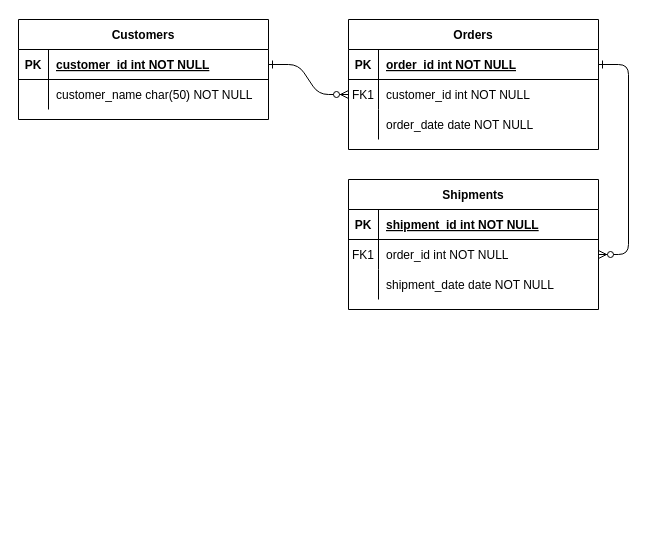
Earlier version of the draw.io diagram Untitled Diagram.drawio (KassandraSaint/db-capstone-project). Source tidied: cells renumbered, new cells numbered last; positions are measured from the earlier drawing's top-left corner, leaving out a move shared by most shapes. Both pictures are drawn from the tidied source at 100%, with x=0, y=0 at pixel (18, 19).
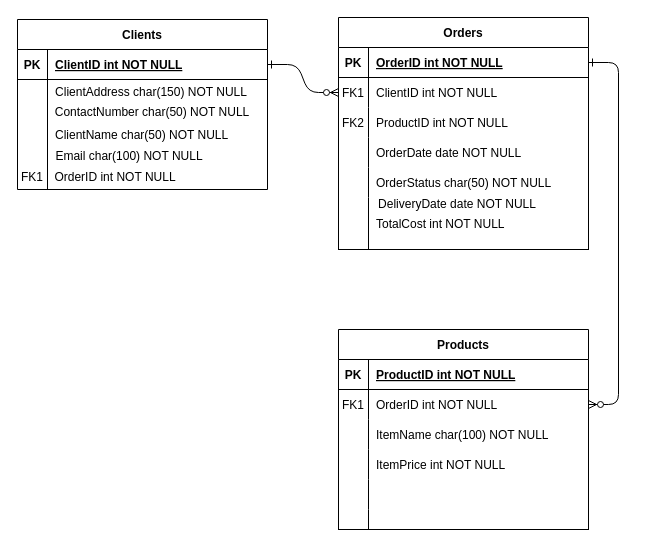
The same page after the edit.

The change refers to these unchanged cells:
```xml
<mxCell id="5" style="shape=partialRectangle;fillColor=none;points=[[0,0.5],[1,0.5]];portConstraint=eastwest;top=0;left=0;right=0;bottom=1;" parent="4" vertex="1">
  <mxGeometry y="30" width="250" height="30" as="geometry" />
</mxCell>
<mxCell id="8" style="shape=partialRectangle;fillColor=none;points=[[0,0.5],[1,0.5]];portConstraint=eastwest;top=0;left=0;right=0;bottom=0;" parent="4" vertex="1">
  <mxGeometry y="60" width="250" height="30" as="geometry" />
</mxCell>
<mxCell id="11" style="shape=partialRectangle;fillColor=none;top=0;left=0;right=0;bottom=0;" parent="4" vertex="1">
  <mxGeometry y="90" width="250" height="30" as="geometry" />
</mxCell>
<mxCell id="15" style="shape=partialRectangle;fillColor=none;top=0;left=0;right=0;bottom=1;" parent="14" vertex="1">
  <mxGeometry y="30" width="250" height="30" as="geometry" />
</mxCell>
<mxCell id="18" style="shape=partialRectangle;fillColor=none;points=[[0,0.5],[1,0.5]];portConstraint=eastwest;top=0;left=0;right=0;bottom=0;" parent="14" vertex="1">
  <mxGeometry y="60" width="250" height="30" as="geometry" />
</mxCell>
<mxCell id="21" style="shape=partialRectangle;fillColor=none;top=0;left=0;right=0;bottom=0;" parent="14" vertex="1">
  <mxGeometry y="90" width="250" height="30" as="geometry" />
</mxCell>
<mxCell id="25" style="shape=partialRectangle;fillColor=none;points=[[0,0.5],[1,0.5]];portConstraint=eastwest;top=0;left=0;right=0;bottom=1;" parent="24" vertex="1">
  <mxGeometry y="30" width="250" height="30" as="geometry" />
</mxCell>
```

What changed in the source:
```diff
@@
     <mxCell id="4" value="Orders" style="shape=table;startSize=30;childLayout=tableLayout;rowLines=0;fontStyle=1;align=center;" parent="1" vertex="1">
-      <mxGeometry x="330" width="250" height="130" as="geometry" />
+      <mxGeometry x="320" y="-2" width="250" height="232" as="geometry" />
     </mxCell>
@@
-    <mxCell id="7" value="order_id int NOT NULL " style="shape=partialRectangle;overflow=hidden;fillColor=none;top=0;left=0;bottom=0;right=0;align=left;spacingLeft=6;fontStyle=5;" parent="5" vertex="1">
+    <mxCell id="7" value="OrderID int NOT NULL " style="shape=partialRectangle;overflow=hidden;fillColor=none;top=0;left=0;bottom=0;right=0;align=left;spacingLeft=6;fontStyle=5;" parent="5" vertex="1">
       <mxGeometry x="30" width="220" height="30" as="geometry" />
     </mxCell>
@@
-    <mxCell id="10" value="customer_id int NOT NULL" style="shape=partialRectangle;overflow=hidden;fillColor=none;top=0;left=0;bottom=0;right=0;align=left;spacingLeft=6;" parent="8" vertex="1">
+    <mxCell id="10" value="ClientID int NOT NULL" style="shape=partialRectangle;overflow=hidden;fillColor=none;top=0;left=0;bottom=0;right=0;align=left;spacingLeft=6;" parent="8" vertex="1">
       <mxGeometry x="30" width="220" height="30" as="geometry" />
     </mxCell>
@@
-    <mxCell id="12" style="shape=partialRectangle;overflow=hidden;fillColor=none;top=0;left=0;bottom=0;right=0;" parent="11" vertex="1">
+    <mxCell id="12" value="FK2" style="shape=partialRectangle;overflow=hidden;fillColor=none;top=0;left=0;bottom=0;right=0;" parent="11" vertex="1">
       <mxGeometry width="30" height="30" as="geometry" />
     </mxCell>
-    <mxCell id="13" value="order_date date NOT NULL" style="shape=partialRectangle;overflow=hidden;fillColor=none;top=0;left=0;bottom=0;right=0;align=left;spacingLeft=6;" parent="11" vertex="1">
+    <mxCell id="13" value="ProductID int NOT NULL" style="shape=partialRectangle;overflow=hidden;fillColor=none;top=0;left=0;bottom=0;right=0;align=left;spacingLeft=6;" parent="11" vertex="1">
       <mxGeometry x="30" width="220" height="30" as="geometry" />
     </mxCell>
+    <mxCell id="31" style="shape=partialRectangle;fillColor=none;top=0;left=0;right=0;bottom=0;" parent="4" vertex="1">
+      <mxGeometry y="120" width="250" height="30" as="geometry" />
+    </mxCell>
+    <mxCell id="32" style="shape=partialRectangle;overflow=hidden;fillColor=none;top=0;left=0;bottom=0;right=0;" parent="31" vertex="1">
+      <mxGeometry width="30" height="30" as="geometry" />
+    </mxCell>
+    <mxCell id="33" value="OrderDate date NOT NULL" style="shape=partialRectangle;overflow=hidden;fillColor=none;top=0;left=0;bottom=0;right=0;align=left;spacingLeft=6;" parent="31" vertex="1">
+      <mxGeometry x="30" width="220" height="30" as="geometry" />
+    </mxCell>
+    <mxCell id="34" style="shape=partialRectangle;fillColor=none;top=0;left=0;right=0;bottom=0;" parent="4" vertex="1">
+      <mxGeometry y="150" width="250" height="30" as="geometry" />
+    </mxCell>
+    <mxCell id="35" style="shape=partialRectangle;overflow=hidden;fillColor=none;top=0;left=0;bottom=0;right=0;" parent="34" vertex="1">
+      <mxGeometry width="30" height="30" as="geometry" />
+    </mxCell>
+    <mxCell id="36" value="OrderStatus char(50) NOT NULL" style="shape=partialRectangle;overflow=hidden;fillColor=none;top=0;left=0;bottom=0;right=0;align=left;spacingLeft=6;" parent="34" vertex="1">
+      <mxGeometry x="30" width="220" height="30" as="geometry" />
+    </mxCell>
+    <mxCell id="37" style="shape=partialRectangle;fillColor=none;top=0;left=0;right=0;bottom=1;" parent="4" vertex="1">
+      <mxGeometry y="180" width="250" height="52" as="geometry" />
+    </mxCell>
+    <mxCell id="38" style="shape=partialRectangle;overflow=hidden;fillColor=none;top=0;left=0;bottom=0;right=0;fontStyle=1;" parent="37" vertex="1">
+      <mxGeometry width="30" height="52" as="geometry" />
+    </mxCell>
+    <mxCell id="39" value="TotalCost int NOT NULL" style="shape=partialRectangle;overflow=hidden;fillColor=none;top=0;left=0;bottom=0;right=0;align=left;spacingLeft=6;fontStyle=0;" parent="37" vertex="1">
+      <mxGeometry x="30" width="220" height="52" as="geometry" />
+    </mxCell>
-    <mxCell id="14" value="Shipments" style="shape=table;startSize=30;childLayout=tableLayout;rowLines=0;fontStyle=1;align=center;" parent="1" vertex="1">
-      <mxGeometry x="330" y="160" width="250" height="130" as="geometry" />
+    <mxCell id="14" value="Products" style="shape=table;startSize=30;childLayout=tableLayout;rowLines=0;fontStyle=1;align=center;" parent="1" vertex="1">
+      <mxGeometry x="320" y="310" width="250" height="200" as="geometry" />
     </mxCell>
@@
-    <mxCell id="17" value="shipment_id int NOT NULL " style="shape=partialRectangle;overflow=hidden;fillColor=none;top=0;left=0;bottom=0;right=0;align=left;spacingLeft=6;fontStyle=5;" parent="15" vertex="1">
+    <mxCell id="17" value="ProductID int NOT NULL " style="shape=partialRectangle;overflow=hidden;fillColor=none;top=0;left=0;bottom=0;right=0;align=left;spacingLeft=6;fontStyle=5;" parent="15" vertex="1">
       <mxGeometry x="30" width="220" height="30" as="geometry" />
     </mxCell>
@@
-    <mxCell id="20" value="order_id int NOT NULL" style="shape=partialRectangle;overflow=hidden;fillColor=none;top=0;left=0;bottom=0;right=0;align=left;spacingLeft=6;" parent="18" vertex="1">
+    <mxCell id="20" value="OrderID int NOT NULL" style="shape=partialRectangle;overflow=hidden;fillColor=none;top=0;left=0;bottom=0;right=0;align=left;spacingLeft=6;" parent="18" vertex="1">
       <mxGeometry x="30" width="220" height="30" as="geometry" />
     </mxCell>
@@
-    <mxCell id="23" value="shipment_date date NOT NULL" style="shape=partialRectangle;overflow=hidden;fillColor=none;top=0;left=0;bottom=0;right=0;align=left;spacingLeft=6;" parent="21" vertex="1">
+    <mxCell id="23" value="ItemName char(100) NOT NULL" style="shape=partialRectangle;overflow=hidden;fillColor=none;top=0;left=0;bottom=0;right=0;align=left;spacingLeft=6;" parent="21" vertex="1">
       <mxGeometry x="30" width="220" height="30" as="geometry" />
     </mxCell>
+    <mxCell id="40" style="shape=partialRectangle;fillColor=none;top=0;left=0;right=0;bottom=0;" parent="14" vertex="1">
+      <mxGeometry y="120" width="250" height="30" as="geometry" />
+    </mxCell>
+    <mxCell id="41" style="shape=partialRectangle;overflow=hidden;fillColor=none;top=0;left=0;bottom=0;right=0;" parent="40" vertex="1">
+      <mxGeometry width="30" height="30" as="geometry" />
+    </mxCell>
+    <mxCell id="42" value="ItemPrice int NOT NULL" style="shape=partialRectangle;overflow=hidden;fillColor=none;top=0;left=0;bottom=0;right=0;align=left;spacingLeft=6;" parent="40" vertex="1">
+      <mxGeometry x="30" width="220" height="30" as="geometry" />
+    </mxCell>
+    <mxCell id="43" style="shape=partialRectangle;fillColor=none;top=0;left=0;right=0;bottom=0;" parent="14" vertex="1">
+      <mxGeometry y="150" width="250" height="30" as="geometry" />
+    </mxCell>
+    <mxCell id="44" style="shape=partialRectangle;overflow=hidden;fillColor=none;top=0;left=0;bottom=0;right=0;" parent="43" vertex="1">
+      <mxGeometry width="30" height="30" as="geometry" />
+    </mxCell>
+    <mxCell id="45" style="shape=partialRectangle;overflow=hidden;fillColor=none;top=0;left=0;bottom=0;right=0;align=left;spacingLeft=6;" parent="43" vertex="1">
+      <mxGeometry x="30" width="220" height="30" as="geometry" />
+    </mxCell>
+    <mxCell id="46" style="shape=partialRectangle;fillColor=none;top=0;left=0;right=0;bottom=1;" parent="14" vertex="1">
+      <mxGeometry y="180" width="250" height="20" as="geometry" />
+    </mxCell>
+    <mxCell id="47" style="shape=partialRectangle;overflow=hidden;fillColor=none;top=0;left=0;bottom=0;right=0;fontStyle=1;" parent="46" vertex="1">
+      <mxGeometry width="30" height="20" as="geometry" />
+    </mxCell>
+    <mxCell id="48" style="shape=partialRectangle;overflow=hidden;fillColor=none;top=0;left=0;bottom=0;right=0;align=left;spacingLeft=6;fontStyle=5;" parent="46" vertex="1">
+      <mxGeometry x="30" width="220" height="20" as="geometry" />
+    </mxCell>
-    <mxCell id="24" value="Customers" style="shape=table;startSize=30;childLayout=tableLayout;rowLines=0;fontStyle=1;align=center;" parent="1" vertex="1">
-      <mxGeometry width="250" height="100" as="geometry" />
+    <mxCell id="24" value="Clients" style="shape=table;startSize=30;childLayout=tableLayout;rowLines=0;fontStyle=1;align=center;" parent="1" vertex="1">
+      <mxGeometry x="-1" width="250" height="170" as="geometry" />
     </mxCell>
@@
-    <mxCell id="27" value="customer_id int NOT NULL " style="shape=partialRectangle;overflow=hidden;fillColor=none;top=0;left=0;bottom=0;right=0;align=left;spacingLeft=6;fontStyle=5;" parent="25" vertex="1">
+    <mxCell id="27" value="ClientID int NOT NULL " style="shape=partialRectangle;overflow=hidden;fillColor=none;top=0;left=0;bottom=0;right=0;align=left;spacingLeft=6;fontStyle=5;" parent="25" vertex="1">
       <mxGeometry x="30" width="220" height="30" as="geometry" />
     </mxCell>
     <mxCell id="28" style="shape=partialRectangle;fillColor=none;top=0;left=0;right=0;bottom=0;" parent="24" vertex="1">
-      <mxGeometry y="60" width="250" height="30" as="geometry" />
+      <mxGeometry y="60" width="250" height="110" as="geometry" />
     </mxCell>
-    <mxCell id="29" style="shape=partialRectangle;overflow=hidden;fillColor=none;top=0;left=0;bottom=0;right=0;" parent="28" vertex="1">
-      <mxGeometry width="30" height="30" as="geometry" />
+    <mxCell id="29" value="&#10;&#10;&#10;&#10;&#10;&#10;FK1" style="shape=partialRectangle;overflow=hidden;fillColor=none;top=0;left=0;bottom=0;right=0;" parent="28" vertex="1">
+      <mxGeometry width="30" height="110" as="geometry" />
     </mxCell>
-    <mxCell id="30" value="customer_name char(50) NOT NULL" style="shape=partialRectangle;overflow=hidden;fillColor=none;top=0;left=0;bottom=0;right=0;align=left;spacingLeft=6;" parent="28" vertex="1">
-      <mxGeometry x="30" width="220" height="30" as="geometry" />
+    <mxCell id="30" value="ClientName char(50) NOT NULL" style="shape=partialRectangle;overflow=hidden;fillColor=none;top=0;left=0;bottom=0;right=0;align=left;spacingLeft=6;" parent="28" vertex="1">
+      <mxGeometry x="30" width="220" height="110" as="geometry" />
     </mxCell>
+    <mxCell id="49" value="ClientAddress char(150) NOT NULL" style="text;strokeColor=none;align=center;fillColor=none;html=1;verticalAlign=middle;whiteSpace=wrap;rounded=0;" parent="1" vertex="1">
+      <mxGeometry x="33" y="58" width="200" height="30" as="geometry" />
+    </mxCell>
+    <mxCell id="50" value="ContactNumber char(50) NOT NULL" style="text;strokeColor=none;align=center;fillColor=none;html=1;verticalAlign=middle;whiteSpace=wrap;rounded=0;" parent="1" vertex="1">
+      <mxGeometry x="34" y="78" width="200" height="30" as="geometry" />
+    </mxCell>
+    <mxCell id="51" value="Email char(100) NOT NULL" style="text;strokeColor=none;align=center;fillColor=none;html=1;verticalAlign=middle;whiteSpace=wrap;rounded=0;" parent="1" vertex="1">
+      <mxGeometry x="31" y="122" width="160" height="30" as="geometry" />
+    </mxCell>
+    <mxCell id="52" value="OrderID int NOT NULL" style="text;strokeColor=none;align=center;fillColor=none;html=1;verticalAlign=middle;whiteSpace=wrap;rounded=0;" parent="1" vertex="1">
+      <mxGeometry x="17" y="143" width="160" height="30" as="geometry" />
+    </mxCell>
+    <mxCell id="53" value="DeliveryDate date NOT NULL" style="text;strokeColor=none;align=center;fillColor=none;html=1;verticalAlign=middle;whiteSpace=wrap;rounded=0;" parent="1" vertex="1">
+      <mxGeometry x="349" y="170" width="180" height="30" as="geometry" />
+    </mxCell>
```
